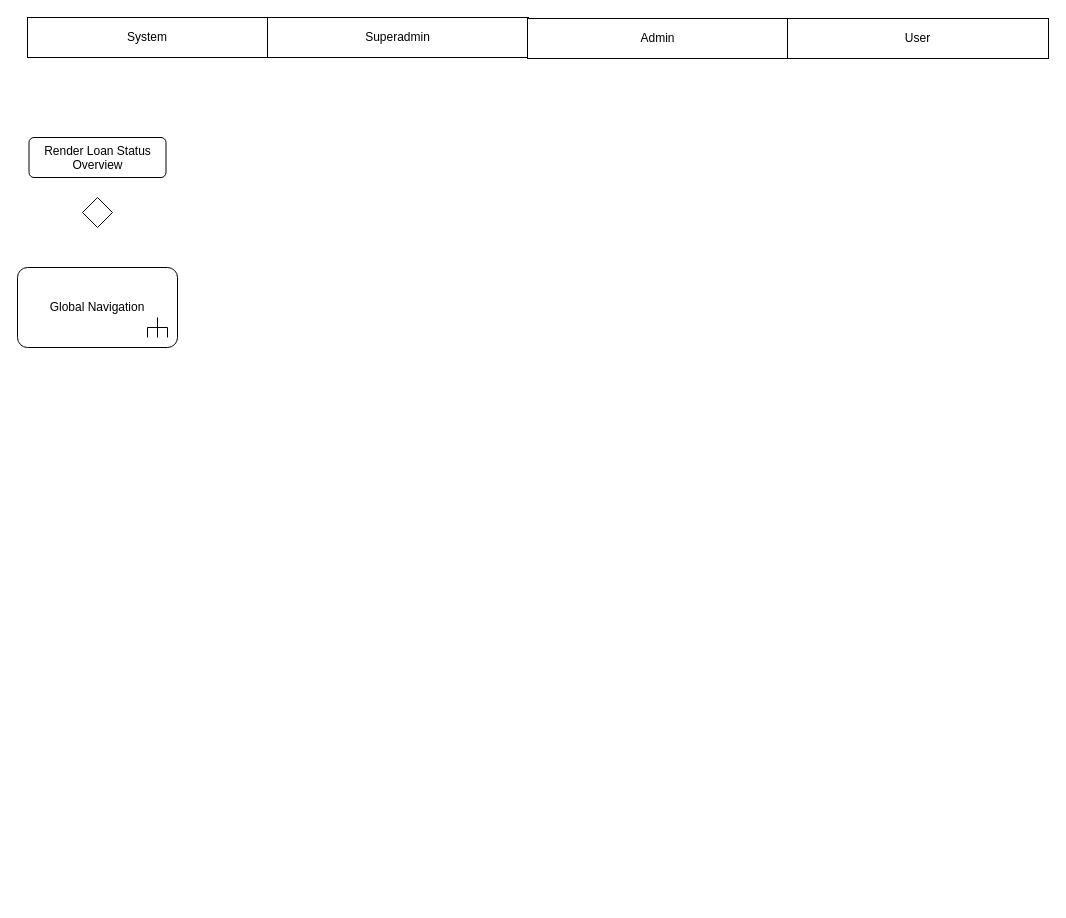
Above: page "template" (6 of 7) of design/activitydiagram.drawio in darwishzain/pinjaman-aset (draw.io), before the change. Source tidied: cells renumbered, new cells numbered last; positions are measured from the earlier drawing's top-left corner, leaving out a move shared by most shapes. Both pictures are drawn from the tidied source at 100%, with x=0, y=0 at pixel (17, 17).
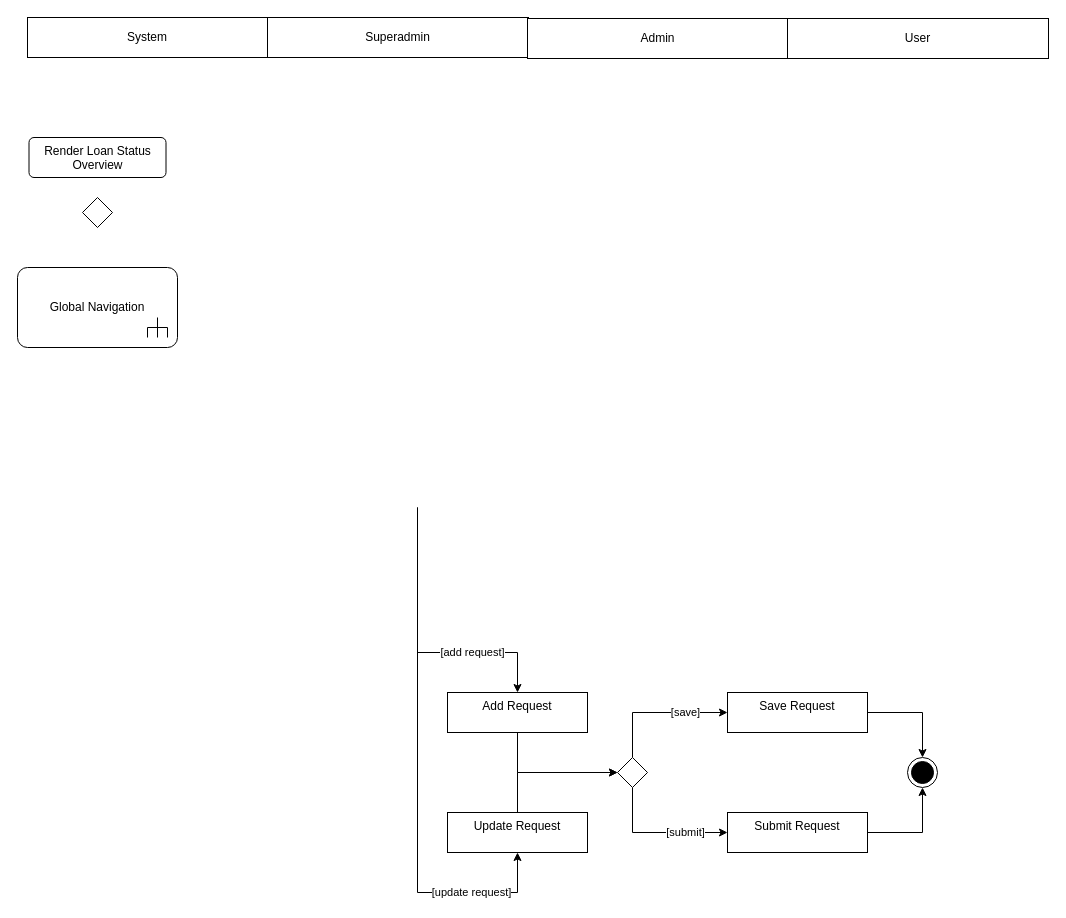
Above is the later version.

The edit, as a diff of the source:
```diff
@@
+    <mxCell id="9" value="[add request]" style="edgeStyle=orthogonalEdgeStyle;rounded=0;jettySize=auto;html=1;entryX=0.5;entryY=0;entryDx=0;entryDy=0;exitX=0.5;exitY=1;exitDx=0;exitDy=0;" parent="1" edge="1" target="13">
+      <mxGeometry x="0.4" relative="1" as="geometry">
+        <mxPoint x="400" y="490" as="sourcePoint" />
+        <Array as="points">
+          <mxPoint x="400" y="635" />
+          <mxPoint x="500" y="635" />
+        </Array>
+      </mxGeometry>
+    </mxCell>
+    <mxCell id="10" style="edgeStyle=orthogonalEdgeStyle;rounded=0;jettySize=auto;html=1;entryX=0.5;entryY=1;entryDx=0;entryDy=0;exitX=0.5;exitY=1;exitDx=0;exitDy=0;" parent="1" edge="1" target="15">
+      <mxGeometry relative="1" as="geometry">
+        <mxPoint x="400" y="490" as="sourcePoint" />
+        <Array as="points">
+          <mxPoint x="400" y="875" />
+          <mxPoint x="500" y="875" />
+        </Array>
+      </mxGeometry>
+    </mxCell>
+    <mxCell id="11" value="[update request]" style="edgeLabel;html=1;align=center;verticalAlign=middle;" parent="10" vertex="1">
+      <mxGeometry x="0.51" y="1" relative="1" as="geometry">
+        <mxPoint x="42" as="offset" />
+      </mxGeometry>
+    </mxCell>
+    <mxCell id="12" style="edgeStyle=orthogonalEdgeStyle;rounded=0;jettySize=auto;html=1;entryX=0;entryY=0.5;entryDx=0;entryDy=0;" parent="1" edge="1" source="13" target="22">
+      <mxGeometry relative="1" as="geometry">
+        <Array as="points">
+          <mxPoint x="500" y="755" />
+        </Array>
+      </mxGeometry>
+    </mxCell>
+    <mxCell id="13" value="Add Request" style="html=1;align=center;verticalAlign=top;rounded=0;absoluteArcSize=1;arcSize=10;dashed=0;whiteSpace=wrap;" parent="1" vertex="1">
+      <mxGeometry x="430" y="675" width="140" height="40" as="geometry" />
+    </mxCell>
+    <mxCell id="14" style="edgeStyle=orthogonalEdgeStyle;rounded=0;jettySize=auto;html=1;entryX=0;entryY=0.5;entryDx=0;entryDy=0;" parent="1" edge="1" source="15" target="22">
+      <mxGeometry relative="1" as="geometry">
+        <Array as="points">
+          <mxPoint x="500" y="755" />
+        </Array>
+      </mxGeometry>
+    </mxCell>
+    <mxCell id="15" value="Update Request" style="html=1;align=center;verticalAlign=top;rounded=0;absoluteArcSize=1;arcSize=10;dashed=0;whiteSpace=wrap;" parent="1" vertex="1">
+      <mxGeometry x="430" y="795" width="140" height="40" as="geometry" />
+    </mxCell>
+    <mxCell id="16" style="edgeStyle=orthogonalEdgeStyle;rounded=0;jettySize=auto;html=1;entryX=0.5;entryY=0;entryDx=0;entryDy=0;" parent="1" edge="1" source="17" target="23">
+      <mxGeometry relative="1" as="geometry" />
+    </mxCell>
+    <mxCell id="17" value="Save Request" style="html=1;align=center;verticalAlign=top;rounded=0;absoluteArcSize=1;arcSize=10;dashed=0;whiteSpace=wrap;" parent="1" vertex="1">
+      <mxGeometry x="710" y="675" width="140" height="40" as="geometry" />
+    </mxCell>
+    <mxCell id="18" style="edgeStyle=orthogonalEdgeStyle;rounded=0;jettySize=auto;html=1;entryX=0.5;entryY=1;entryDx=0;entryDy=0;" parent="1" edge="1" source="19" target="23">
+      <mxGeometry relative="1" as="geometry" />
+    </mxCell>
+    <mxCell id="19" value="Submit Request" style="html=1;align=center;verticalAlign=top;rounded=0;absoluteArcSize=1;arcSize=10;dashed=0;whiteSpace=wrap;" parent="1" vertex="1">
+      <mxGeometry x="710" y="795" width="140" height="40" as="geometry" />
+    </mxCell>
+    <mxCell id="20" value="[save]" style="edgeStyle=orthogonalEdgeStyle;rounded=0;jettySize=auto;html=1;entryX=0;entryY=0.5;entryDx=0;entryDy=0;" parent="1" edge="1" source="22" target="17">
+      <mxGeometry x="0.4" relative="1" as="geometry">
+        <Array as="points">
+          <mxPoint x="615" y="695" />
+        </Array>
+      </mxGeometry>
+    </mxCell>
+    <mxCell id="21" value="[submit]" style="edgeStyle=orthogonalEdgeStyle;rounded=0;jettySize=auto;html=1;entryX=0;entryY=0.5;entryDx=0;entryDy=0;" parent="1" edge="1" source="22" target="19">
+      <mxGeometry x="0.4" relative="1" as="geometry">
+        <Array as="points">
+          <mxPoint x="615" y="815" />
+        </Array>
+      </mxGeometry>
+    </mxCell>
+    <mxCell id="22" style="rhombus;rounded=0;" parent="1" vertex="1">
+      <mxGeometry x="600" y="740" width="30" height="30" as="geometry" />
+    </mxCell>
+    <mxCell id="23" style="ellipse;html=1;shape=endState;fillColor=strokeColor;rounded=0;" parent="1" vertex="1">
+      <mxGeometry x="890" y="740" width="30" height="30" as="geometry" />
+    </mxCell>
```
